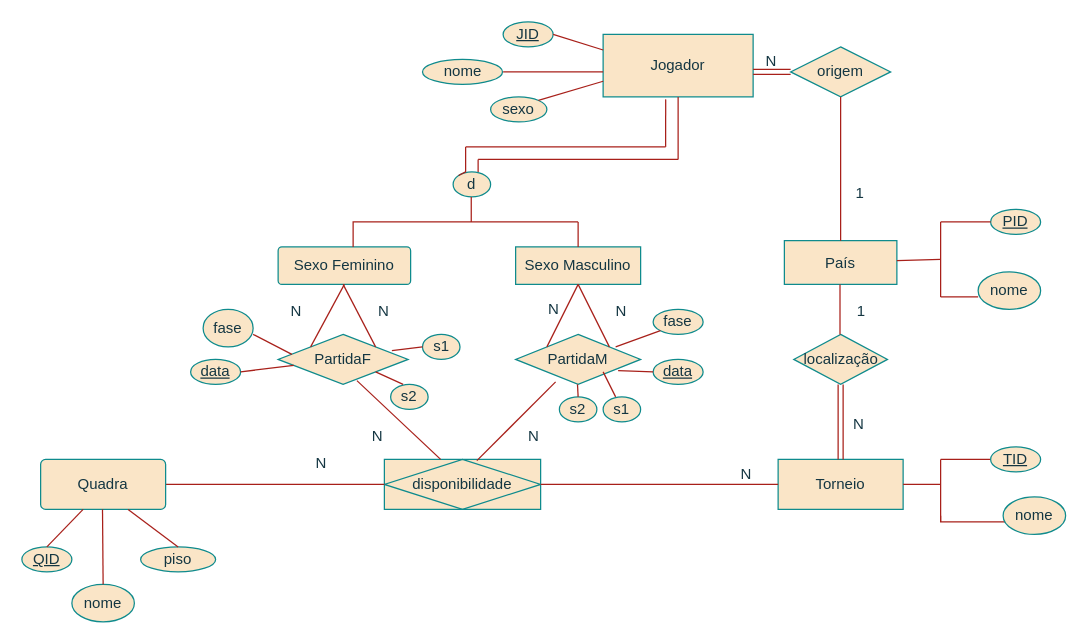
Earlier version of the draw.io diagram exercicio-em-sala.drawio (kathelyngaioni/Disciplina-Banco-de-Dados). Source tidied: cells renumbered, new cells numbered last; positions are measured from the earlier drawing's top-left corner, leaving out a move shared by most shapes. Both pictures are drawn from the tidied source at 125%, with x=0, y=0 at pixel (21, 21).
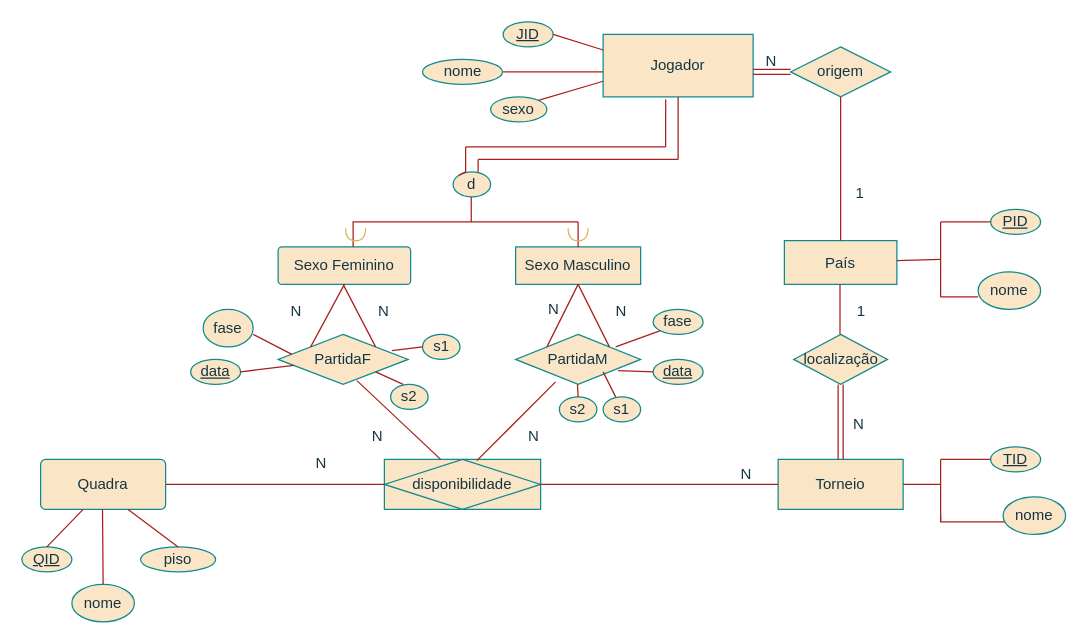
The same diagram, later.

What changed in the source:
```diff
@@
+    <mxCell id="87" style="shape=requiredInterface;html=1;verticalLabelPosition=bottom;sketch=0;direction=south;fillColor=#fff2cc;strokeColor=#d6b656;" parent="1" vertex="1">
+      <mxGeometry x="259" y="165" width="16" height="10" as="geometry" />
+    </mxCell>
+    <mxCell id="88" style="shape=requiredInterface;html=1;verticalLabelPosition=bottom;sketch=0;direction=south;fillColor=#fff2cc;strokeColor=#d6b656;" parent="1" vertex="1">
+      <mxGeometry x="437" y="165" width="16" height="10" as="geometry" />
+    </mxCell>
```
